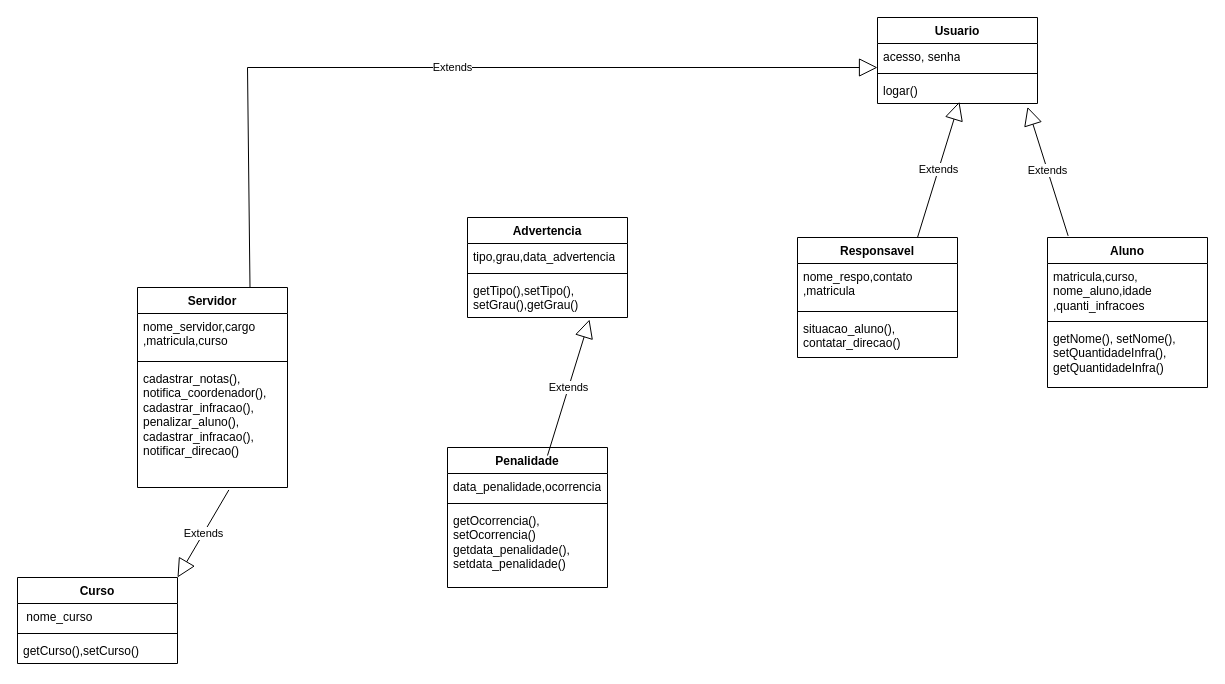
Before: identificaçãodeclasse.drawio in J-Gabriels-dev/Problema.suap, a draw.io diagram. Source tidied: cells renumbered, new cells numbered last; positions are measured from the earlier drawing's top-left corner, leaving out a move shared by most shapes. Both pictures are drawn from the tidied source at 100%, with x=0, y=0 at pixel (17, 17).
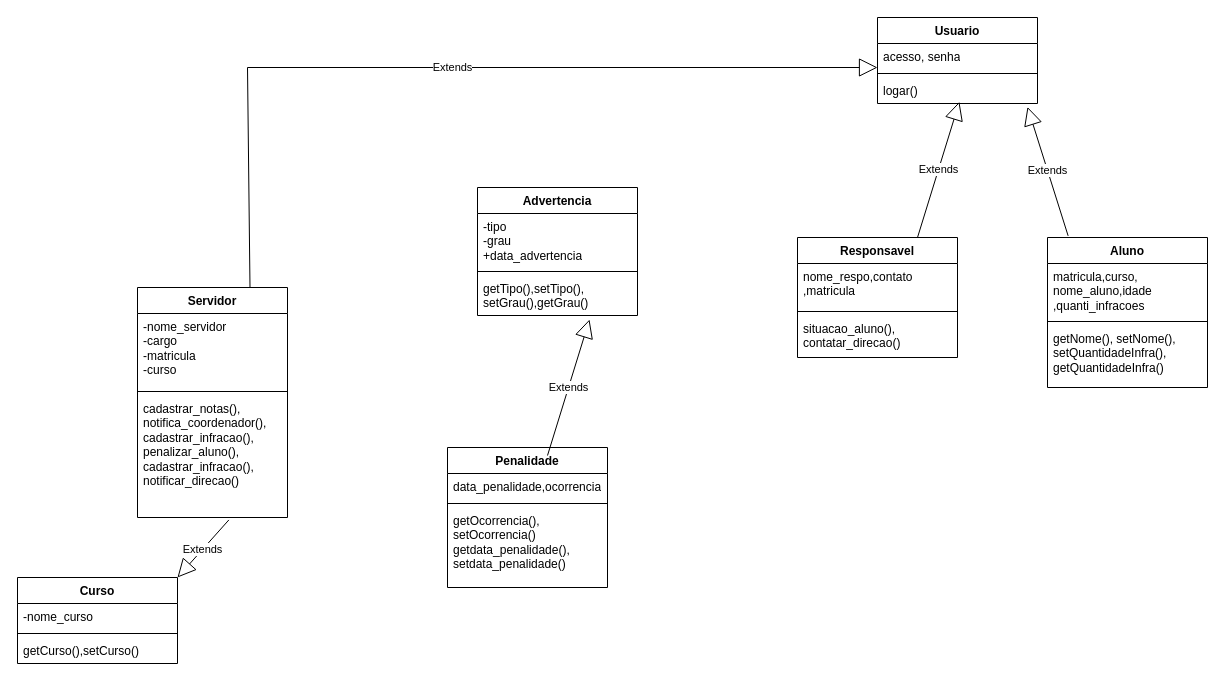
The same page after the edit.

The change refers to these unchanged cells:
```xml
<mxCell id="18" value="Curso" style="swimlane;fontStyle=1;align=center;verticalAlign=top;horizontal=1;startSize=26;whiteSpace=wrap;html=1;" parent="1" vertex="1">
  <mxGeometry y="560" width="160" height="86" as="geometry" />
</mxCell>
```

Diff of the diagram source:
```diff
@@
-    <mxCell id="19" value="&amp;nbsp;nome_curso" style="text;strokeColor=none;fillColor=none;align=left;verticalAlign=top;spacingLeft=4;spacingRight=4;overflow=hidden;whiteSpace=wrap;html=1;" parent="18" vertex="1">
+    <mxCell id="19" value="-nome_curso" style="text;strokeColor=none;fillColor=none;align=left;verticalAlign=top;spacingLeft=4;spacingRight=4;overflow=hidden;whiteSpace=wrap;html=1;" parent="18" vertex="1">
       <mxGeometry y="26" width="160" height="26" as="geometry" />
     </mxCell>
@@
     <mxCell id="22" value="Advertencia" style="swimlane;fontStyle=1;align=center;verticalAlign=top;horizontal=1;startSize=26;whiteSpace=wrap;html=1;" parent="1" vertex="1">
-      <mxGeometry x="450" y="200" width="160" height="100" as="geometry" />
+      <mxGeometry x="460" y="170" width="160" height="128" as="geometry" />
     </mxCell>
-    <mxCell id="23" value="tipo,grau,data_advertencia" style="text;strokeColor=none;fillColor=none;align=left;verticalAlign=top;spacingLeft=4;spacingRight=4;overflow=hidden;whiteSpace=wrap;html=1;" parent="22" vertex="1">
-      <mxGeometry y="26" width="160" height="26" as="geometry" />
+    <mxCell id="23" value="&lt;div&gt;-tipo&lt;/div&gt;&lt;div&gt;-grau&lt;/div&gt;&lt;div&gt;+data_advertencia&lt;/div&gt;" style="text;strokeColor=none;fillColor=none;align=left;verticalAlign=top;spacingLeft=4;spacingRight=4;overflow=hidden;whiteSpace=wrap;html=1;" parent="22" vertex="1">
+      <mxGeometry y="26" width="160" height="54" as="geometry" />
     </mxCell>
     <mxCell id="24" style="line;strokeWidth=1;fillColor=none;align=left;verticalAlign=middle;spacingTop=-1;spacingLeft=3;spacingRight=3;labelPosition=right;strokeColor=inherit;" parent="22" vertex="1">
-      <mxGeometry y="52" width="160" height="8" as="geometry" />
+      <mxGeometry y="80" width="160" height="8" as="geometry" />
     </mxCell>
     <mxCell id="25" value="&lt;div&gt;getTipo(),setTipo(),&lt;/div&gt;setGrau(),getGrau()" style="text;strokeColor=none;fillColor=none;align=left;verticalAlign=top;spacingLeft=4;spacingRight=4;overflow=hidden;whiteSpace=wrap;html=1;" parent="22" vertex="1">
-      <mxGeometry y="60" width="160" height="40" as="geometry" />
+      <mxGeometry y="88" width="160" height="40" as="geometry" />
     </mxCell>
@@
     <mxCell id="29" value="Servidor" style="swimlane;fontStyle=1;align=center;verticalAlign=top;horizontal=1;startSize=26;whiteSpace=wrap;html=1;" parent="1" vertex="1">
-      <mxGeometry x="120" y="270" width="150" height="200" as="geometry" />
+      <mxGeometry x="120" y="270" width="150" height="230" as="geometry" />
     </mxCell>
-    <mxCell id="30" value="&lt;div&gt;nome_servidor,cargo&lt;/div&gt;&lt;div&gt;,matricula,curso&lt;/div&gt;" style="text;strokeColor=none;fillColor=none;align=left;verticalAlign=top;spacingLeft=4;spacingRight=4;overflow=hidden;whiteSpace=wrap;html=1;" parent="29" vertex="1">
-      <mxGeometry y="26" width="150" height="44" as="geometry" />
+    <mxCell id="30" value="&lt;div&gt;-nome_servidor&lt;/div&gt;&lt;div&gt;-cargo&lt;/div&gt;&lt;div&gt;-matricula&lt;/div&gt;&lt;div&gt;-curso&lt;/div&gt;" style="text;strokeColor=none;fillColor=none;align=left;verticalAlign=top;spacingLeft=4;spacingRight=4;overflow=hidden;whiteSpace=wrap;html=1;" parent="29" vertex="1">
+      <mxGeometry y="26" width="150" height="74" as="geometry" />
     </mxCell>
     <mxCell id="31" style="line;strokeWidth=1;fillColor=none;align=left;verticalAlign=middle;spacingTop=-1;spacingLeft=3;spacingRight=3;labelPosition=right;strokeColor=inherit;" parent="29" vertex="1">
-      <mxGeometry y="70" width="150" height="8" as="geometry" />
+      <mxGeometry y="100" width="150" height="8" as="geometry" />
     </mxCell>
     <mxCell id="32" value="&lt;div&gt;cadastrar_notas(),&lt;/div&gt;&lt;div&gt;notifica_coordenador(),&lt;/div&gt;&lt;div&gt;&lt;div&gt;cadastrar_infracao(),&lt;/div&gt;penalizar_aluno(),&lt;/div&gt;&lt;div&gt;&lt;div&gt;cadastrar_infracao(),&lt;/div&gt;&lt;div&gt;notificar_direcao()&lt;/div&gt;&lt;br&gt;&lt;br&gt;&lt;/div&gt;" style="text;strokeColor=none;fillColor=none;align=left;verticalAlign=top;spacingLeft=4;spacingRight=4;overflow=hidden;points=[[0,0.5],[1,0.5]];portConstraint=eastwest;whiteSpace=wrap;html=1;" parent="29" vertex="1">
-      <mxGeometry y="78" width="150" height="122" as="geometry" />
+      <mxGeometry y="108" width="150" height="122" as="geometry" />
     </mxCell>
```
